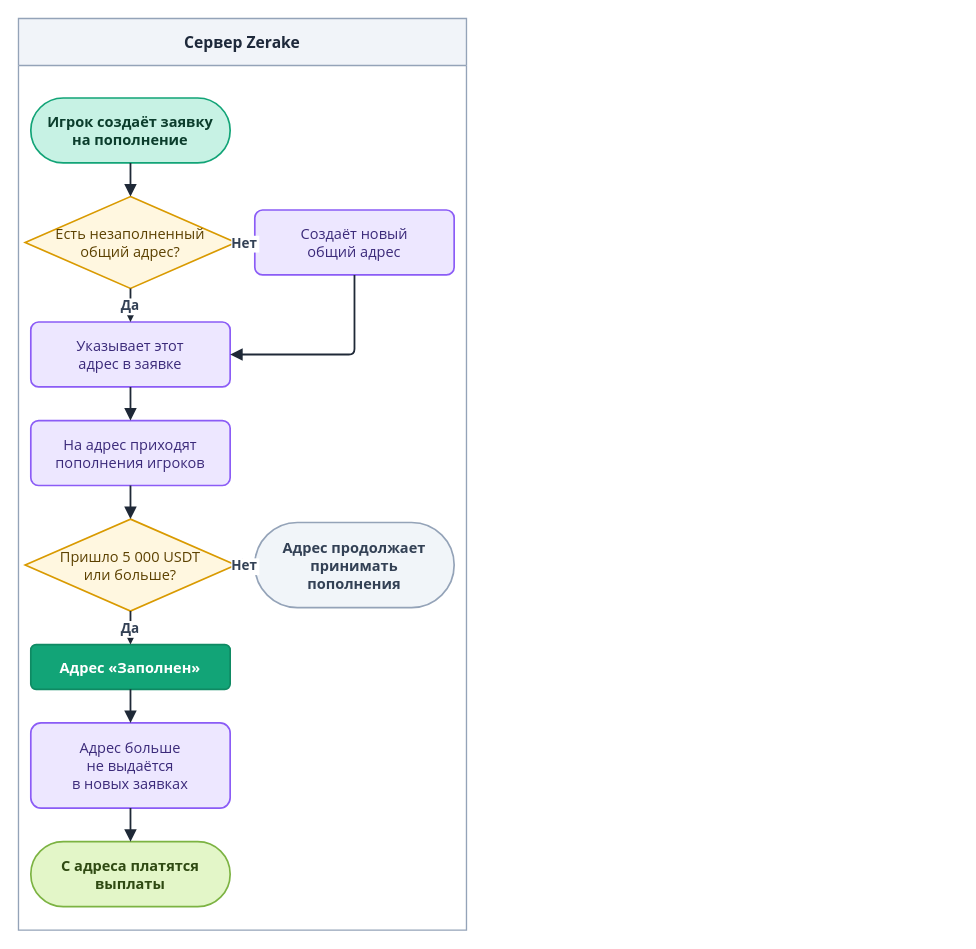
This is diagrams/drawio/pool-address.drawio from LILSUFFER/zerake-docs, a draw.io file, before an edit. Source tidied: cells renumbered, new cells numbered last; positions are measured from the earlier drawing's top-left corner, leaving out a move shared by most shapes. Both pictures are drawn from the tidied source at 112%, with x=0, y=0 at pixel (18, 18).
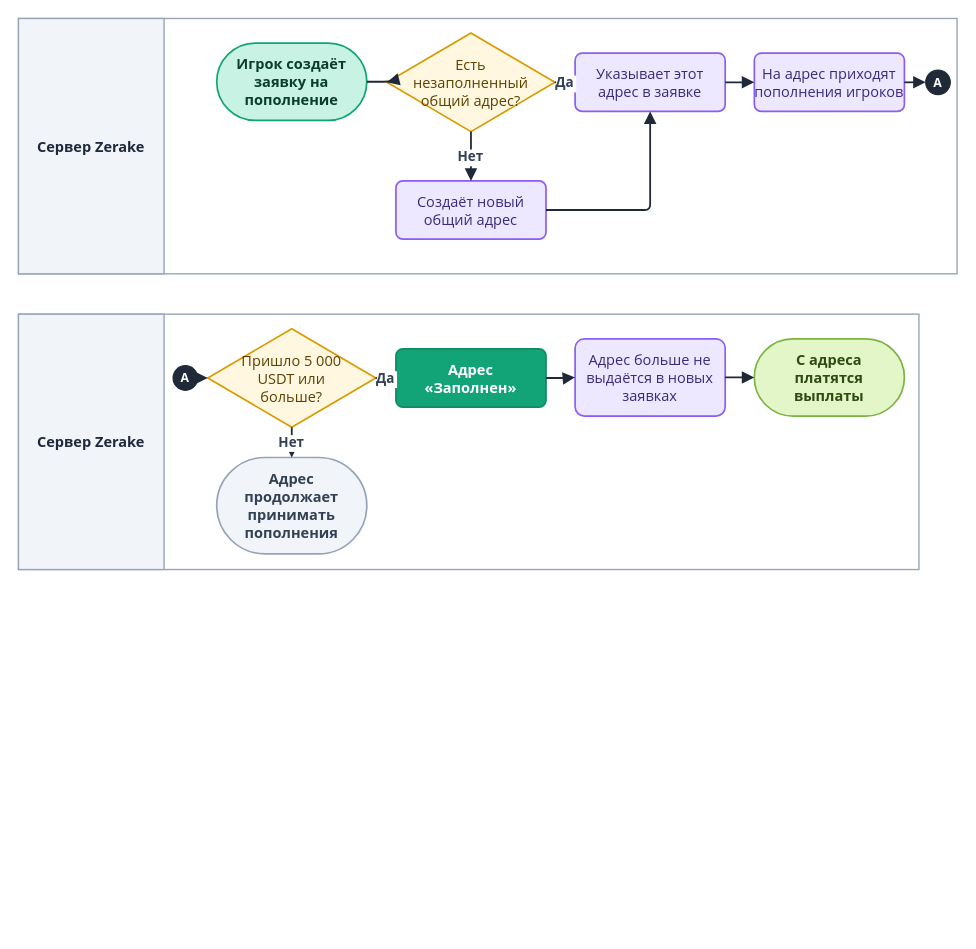
Above is the later version.

Change to the diagram source:
```diff
@@
-    <mxCell id="2" value="Сервер Zerake" style="swimlane;horizontal=1;startSize=42;fillColor=#F1F4F9;swimlaneFillColor=#FFFFFF;strokeColor=#94A3B8;fontColor=#1E293B;fontStyle=1;fontSize=14;fontFamily=Segoe UI;strokeWidth=1.2;" parent="1" vertex="1">
-      <mxGeometry width="400" height="814" as="geometry" />
-    </mxCell>
+    <mxCell id="23" style="rounded=0;html=0;fillColor=#FFFFFF;strokeColor=#94A3B8;strokeWidth=1.2;" parent="1" vertex="1">
+      <mxGeometry width="838" height="228" as="geometry" />
+    </mxCell>
+    <mxCell id="24" value="Сервер Zerake" style="rounded=0;html=0;fillColor=#F1F4F9;strokeColor=#94A3B8;strokeWidth=1.2;fontColor=#1E293B;fontStyle=1;fontSize=13;fontFamily=Segoe UI;align=center;verticalAlign=middle;" parent="1" vertex="1">
+      <mxGeometry width="130" height="228" as="geometry" />
+    </mxCell>
+    <mxCell id="25" style="rounded=0;html=0;fillColor=#FFFFFF;strokeColor=#94A3B8;strokeWidth=1.2;" parent="1" vertex="1">
+      <mxGeometry y="264" width="804" height="228" as="geometry" />
+    </mxCell>
+    <mxCell id="26" value="Сервер Zerake" style="rounded=0;html=0;fillColor=#F1F4F9;strokeColor=#94A3B8;strokeWidth=1.2;fontColor=#1E293B;fontStyle=1;fontSize=13;fontFamily=Segoe UI;align=center;verticalAlign=middle;" parent="1" vertex="1">
+      <mxGeometry y="264" width="130" height="228" as="geometry" />
+    </mxCell>
-    <mxCell id="3" value="Игрок создаёт заявку&#10;на пополнение" style="rounded=1;arcSize=50;html=0;fontStyle=1;fillColor=#C7F2E4;strokeColor=#12A477;fontColor=#0B3D2C;fontFamily=Segoe UI;fontSize=13;strokeWidth=1.5;" parent="1" vertex="1">
-      <mxGeometry x="11" y="71" width="178" height="58" as="geometry" />
+    <mxCell id="3" value="Игрок создаёт&#10;заявку на&#10;пополнение" style="rounded=1;arcSize=50;html=0;fontStyle=1;fillColor=#C7F2E4;strokeColor=#12A477;fontColor=#0B3D2C;fontFamily=Segoe UI;fontSize=13;strokeWidth=1.5;" parent="1" vertex="1">
+      <mxGeometry x="177" y="22" width="134" height="69" as="geometry" />
     </mxCell>
-    <mxCell id="4" value="Есть незаполненный&#10;общий адрес?" style="rhombus;html=0;fillColor=#FFF7E0;strokeColor=#D99A00;fontColor=#5C4100;fontFamily=Segoe UI;fontSize=13;strokeWidth=1.5;" parent="1" vertex="1">
-      <mxGeometry x="6" y="159" width="188" height="82" as="geometry" />
+    <mxCell id="4" value="Есть&#10;незаполненный&#10;общий адрес?" style="rhombus;html=0;fillColor=#FFF7E0;strokeColor=#D99A00;fontColor=#5C4100;fontFamily=Segoe UI;fontSize=13;strokeWidth=1.5;" parent="1" vertex="1">
+      <mxGeometry x="329" y="13" width="150" height="88" as="geometry" />
     </mxCell>
     <mxCell id="5" value="Создаёт новый&#10;общий адрес" style="rounded=1;arcSize=12;html=0;fillColor=#EDE7FF;strokeColor=#8B5CF6;fontColor=#3B2A7A;fontFamily=Segoe UI;fontSize=13;strokeWidth=1.5;" parent="1" vertex="1">
-      <mxGeometry x="211" y="171" width="178" height="58" as="geometry" />
+      <mxGeometry x="337" y="145" width="134" height="52" as="geometry" />
     </mxCell>
     <mxCell id="6" value="Указывает этот&#10;адрес в заявке" style="rounded=1;arcSize=12;html=0;fillColor=#EDE7FF;strokeColor=#8B5CF6;fontColor=#3B2A7A;fontFamily=Segoe UI;fontSize=13;strokeWidth=1.5;" parent="1" vertex="1">
-      <mxGeometry x="11" y="271" width="178" height="58" as="geometry" />
+      <mxGeometry x="497" y="31" width="134" height="52" as="geometry" />
     </mxCell>
     <mxCell id="7" value="На адрес приходят&#10;пополнения игроков" style="rounded=1;arcSize=12;html=0;fillColor=#EDE7FF;strokeColor=#8B5CF6;fontColor=#3B2A7A;fontFamily=Segoe UI;fontSize=13;strokeWidth=1.5;" parent="1" vertex="1">
-      <mxGeometry x="11" y="359" width="178" height="58" as="geometry" />
+      <mxGeometry x="657" y="31" width="134" height="52" as="geometry" />
     </mxCell>
-    <mxCell id="8" value="Пришло 5 000 USDT&#10;или больше?" style="rhombus;html=0;fillColor=#FFF7E0;strokeColor=#D99A00;fontColor=#5C4100;fontFamily=Segoe UI;fontSize=13;strokeWidth=1.5;" parent="1" vertex="1">
-      <mxGeometry x="6" y="447" width="188" height="82" as="geometry" />
+    <mxCell id="8" value="Пришло 5 000&#10;USDT или&#10;больше?" style="rhombus;html=0;fillColor=#FFF7E0;strokeColor=#D99A00;fontColor=#5C4100;fontFamily=Segoe UI;fontSize=13;strokeWidth=1.5;" parent="1" vertex="1">
+      <mxGeometry x="169" y="277" width="150" height="88" as="geometry" />
     </mxCell>
-    <mxCell id="9" value="Адрес продолжает&#10;принимать&#10;пополнения" style="rounded=1;arcSize=50;html=0;fontStyle=1;fillColor=#F1F5F9;strokeColor=#94A3B8;fontColor=#334155;fontFamily=Segoe UI;fontSize=13;strokeWidth=1.5;" parent="1" vertex="1">
-      <mxGeometry x="211" y="450" width="178" height="76" as="geometry" />
+    <mxCell id="9" value="Адрес&#10;продолжает&#10;принимать&#10;пополнения" style="rounded=1;arcSize=50;html=0;fontStyle=1;fillColor=#F1F5F9;strokeColor=#94A3B8;fontColor=#334155;fontFamily=Segoe UI;fontSize=13;strokeWidth=1.5;" parent="1" vertex="1">
+      <mxGeometry x="177" y="392" width="134" height="86" as="geometry" />
     </mxCell>
-    <mxCell id="10" value="Адрес «Заполнен»" style="rounded=1;arcSize=12;html=0;fillColor=#12A477;strokeColor=#0F8A63;fontColor=#FFFFFF;fontStyle=1;fontFamily=Segoe UI;fontSize=13;strokeWidth=1.5;" parent="1" vertex="1">
-      <mxGeometry x="11" y="559" width="178" height="40" as="geometry" />
+    <mxCell id="10" value="Адрес&#10;«Заполнен»" style="rounded=1;arcSize=12;html=0;fillColor=#12A477;strokeColor=#0F8A63;fontColor=#FFFFFF;fontStyle=1;fontFamily=Segoe UI;fontSize=13;strokeWidth=1.5;" parent="1" vertex="1">
+      <mxGeometry x="337" y="295" width="134" height="52" as="geometry" />
     </mxCell>
-    <mxCell id="11" value="Адрес больше&#10;не выдаётся&#10;в новых заявках" style="rounded=1;arcSize=12;html=0;fillColor=#EDE7FF;strokeColor=#8B5CF6;fontColor=#3B2A7A;fontFamily=Segoe UI;fontSize=13;strokeWidth=1.5;" parent="1" vertex="1">
-      <mxGeometry x="11" y="629" width="178" height="76" as="geometry" />
+    <mxCell id="11" value="Адрес больше не&#10;выдаётся в новых&#10;заявках" style="rounded=1;arcSize=12;html=0;fillColor=#EDE7FF;strokeColor=#8B5CF6;fontColor=#3B2A7A;fontFamily=Segoe UI;fontSize=13;strokeWidth=1.5;" parent="1" vertex="1">
+      <mxGeometry x="497" y="286" width="134" height="69" as="geometry" />
     </mxCell>
-    <mxCell id="12" value="С адреса платятся&#10;выплаты" style="rounded=1;arcSize=50;html=0;fontStyle=1;fillColor=#E3F6C8;strokeColor=#7CB342;fontColor=#2F4A12;fontFamily=Segoe UI;fontSize=13;strokeWidth=1.5;" parent="1" vertex="1">
-      <mxGeometry x="11" y="735" width="178" height="58" as="geometry" />
+    <mxCell id="12" value="С адреса&#10;платятся&#10;выплаты" style="rounded=1;arcSize=50;html=0;fontStyle=1;fillColor=#E3F6C8;strokeColor=#7CB342;fontColor=#2F4A12;fontFamily=Segoe UI;fontSize=13;strokeWidth=1.5;" parent="1" vertex="1">
+      <mxGeometry x="657" y="286" width="134" height="69" as="geometry" />
     </mxCell>
@@
-    <mxCell id="15" style="edgeStyle=orthogonalEdgeStyle;rounded=1;arcSize=10;jettySize=auto;html=0;strokeColor=#1F2937;strokeWidth=1.6;endArrow=block;endFill=1;endSize=7;fontFamily=Segoe UI;fontSize=12;fontStyle=1;fontColor=#334155;labelBackgroundColor=#FFFFFF;exitX=0.5;exitY=1;entryX=1;entryY=0.5;" parent="1" edge="1" source="5" target="6">
+    <mxCell id="15" style="edgeStyle=orthogonalEdgeStyle;rounded=1;arcSize=10;jettySize=auto;html=0;strokeColor=#1F2937;strokeWidth=1.6;endArrow=block;endFill=1;endSize=7;fontFamily=Segoe UI;fontSize=12;fontStyle=1;fontColor=#334155;labelBackgroundColor=#FFFFFF;exitX=1;exitY=0.5;entryX=0.5;entryY=1;" parent="1" edge="1" source="5" target="6">
       <mxGeometry relative="1" as="geometry" />
     </mxCell>
@@
+    <mxCell id="27" value="A" style="ellipse;html=0;fillColor=#1F2937;strokeColor=#1F2937;fontColor=#FFFFFF;fontStyle=1;fontSize=11;fontFamily=Segoe UI;" parent="1" vertex="1">
+      <mxGeometry x="810" y="46" width="22" height="22" as="geometry" />
+    </mxCell>
+    <mxCell id="28" value="A" style="ellipse;html=0;fillColor=#1F2937;strokeColor=#1F2937;fontColor=#FFFFFF;fontStyle=1;fontSize=11;fontFamily=Segoe UI;" parent="1" vertex="1">
+      <mxGeometry x="138" y="310" width="22" height="22" as="geometry" />
+    </mxCell>
-    <mxCell id="18" style="edgeStyle=orthogonalEdgeStyle;rounded=1;arcSize=10;jettySize=auto;html=0;strokeColor=#1F2937;strokeWidth=1.6;endArrow=block;endFill=1;endSize=7;fontFamily=Segoe UI;fontSize=12;fontStyle=1;fontColor=#334155;labelBackgroundColor=#FFFFFF;" parent="1" edge="1" source="7" target="8">
+    <mxCell id="18" style="edgeStyle=orthogonalEdgeStyle;rounded=1;arcSize=10;jettySize=auto;html=0;strokeColor=#1F2937;strokeWidth=1.6;endArrow=block;endFill=1;endSize=7;fontFamily=Segoe UI;fontSize=12;fontStyle=1;fontColor=#334155;labelBackgroundColor=#FFFFFF;exitX=1;exitY=0.5;entryX=0;entryY=0.5;" parent="1" edge="1" source="7" target="27">
       <mxGeometry relative="1" as="geometry" />
     </mxCell>
+    <mxCell id="29" style="edgeStyle=orthogonalEdgeStyle;rounded=1;arcSize=10;jettySize=auto;html=0;strokeColor=#1F2937;strokeWidth=1.6;endArrow=block;endFill=1;endSize=7;fontFamily=Segoe UI;fontSize=12;fontStyle=1;fontColor=#334155;labelBackgroundColor=#FFFFFF;exitX=1;exitY=0.5;entryX=0;entryY=0.5;" parent="1" edge="1" source="28" target="8">
+      <mxGeometry relative="1" as="geometry" />
+    </mxCell>
```
